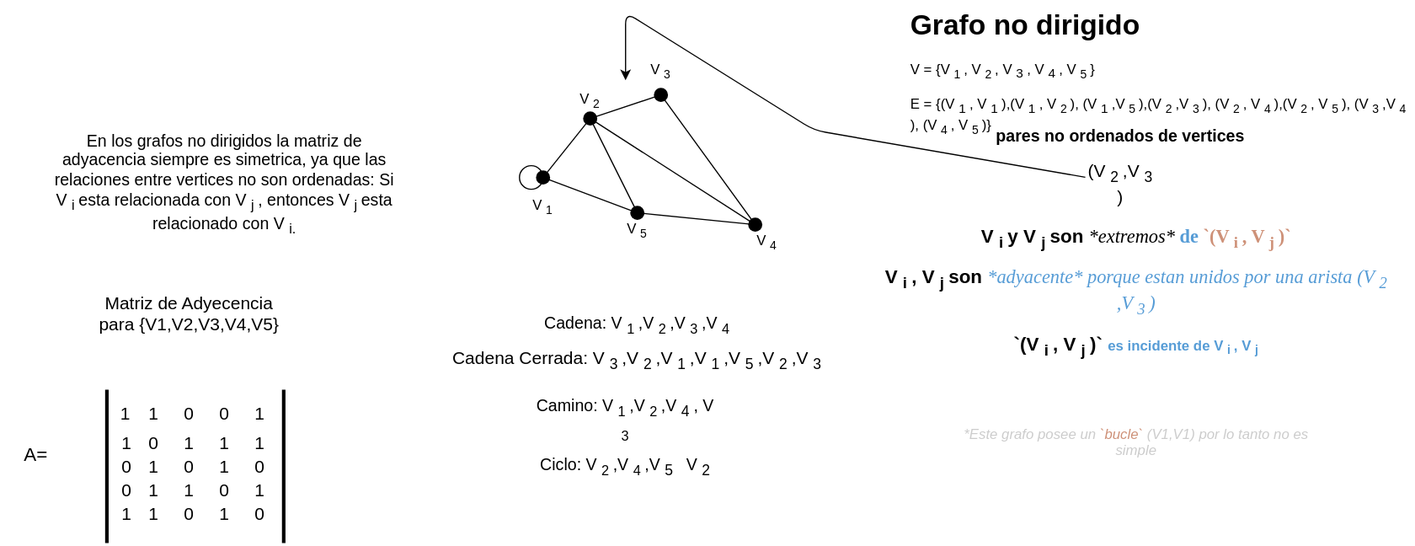
Earlier version of the draw.io export Estructura-de-datos/Grafos/Grafo-nodir.drawio.svg (Nordcode-cyber/Algoritmos-Estructdatos). Source tidied: cells renumbered, new cells last; positions are measured from the earlier drawing's top-left corner, leaving out a move shared by most shapes.
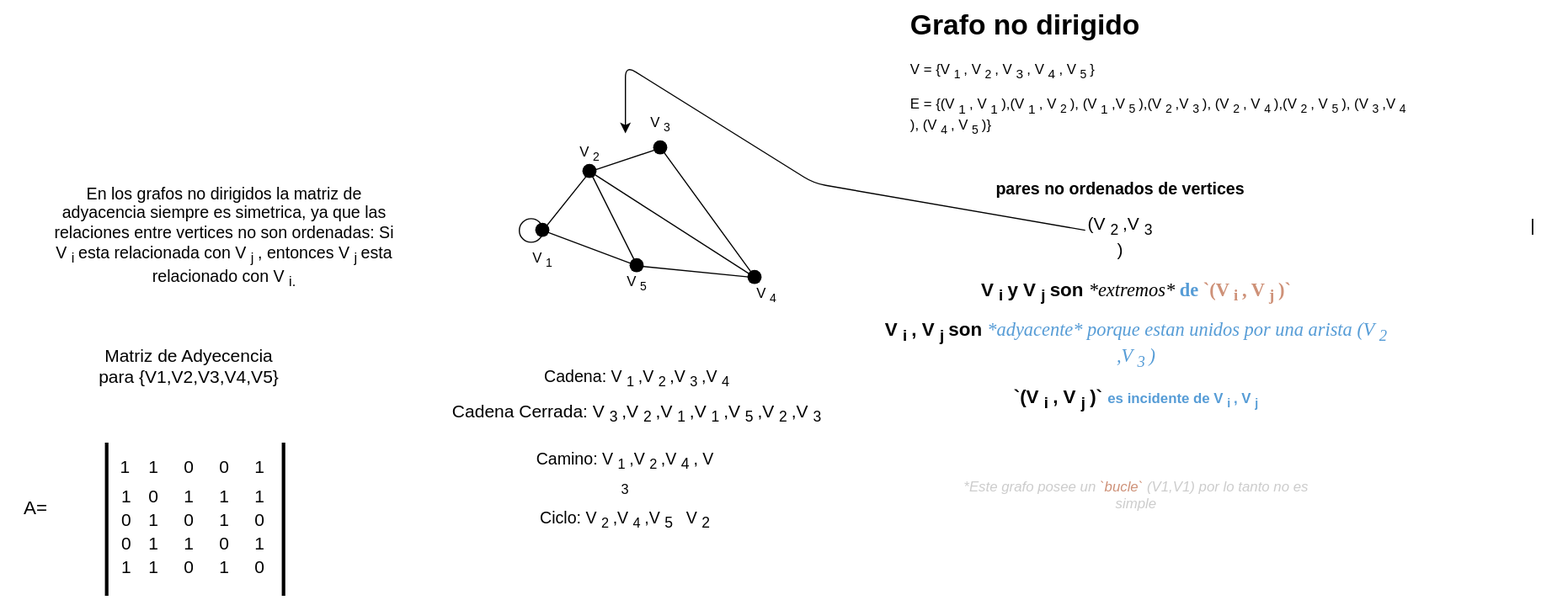
After the change.

Change to the diagram source:
```diff
@@ -3,7 +3,7 @@
     <mxCell id="0" />
     <mxCell id="1" parent="0" />
     <mxCell id="2" value="&lt;h1 style=&quot;margin-top: 0px;&quot;&gt;&lt;font style=&quot;color: light-dark(rgb(0, 0, 0), rgb(0, 153, 0));&quot;&gt;Grafo no dirigido&lt;/font&gt;&lt;/h1&gt;&lt;p&gt;&amp;nbsp;&lt;font style=&quot;color: light-dark(rgb(0, 0, 0), rgb(0, 0, 255));&quot;&gt;V = {V&lt;sub&gt;1&lt;/sub&gt;, V&lt;sub&gt;2&lt;/sub&gt;, V&lt;sub&gt;&lt;font style=&quot;font-size: 11px;&quot;&gt;3&lt;/font&gt;&lt;/sub&gt;, V&lt;sub&gt;&lt;font style=&quot;font-size: 11px;&quot;&gt;4&lt;/font&gt;&lt;/sub&gt;, V&lt;sub&gt;5&lt;/sub&gt;}&lt;/font&gt;&lt;/p&gt;&lt;p&gt;&lt;font style=&quot;color: light-dark(rgb(0, 0, 0), rgb(178, 0, 0));&quot;&gt;E = {(V&lt;sub&gt;&lt;font style=&quot;font-size: 11px;&quot;&gt;1&lt;/font&gt;&lt;/sub&gt;, V&lt;sub&gt;&lt;font style=&quot;font-size: 11px;&quot;&gt;1&lt;/font&gt;&lt;/sub&gt;),(V&lt;sub&gt;&lt;font style=&quot;font-size: 11px;&quot;&gt;1&lt;/font&gt;&lt;/sub&gt;, V&lt;sub&gt;2&lt;/sub&gt;), (V&lt;sub&gt;&lt;font style=&quot;font-size: 11px;&quot;&gt;1&lt;/font&gt;&lt;/sub&gt;,V&lt;sub&gt;5&lt;/sub&gt;),(V&lt;sub&gt;2&lt;/sub&gt;,V&lt;sub&gt;3&lt;/sub&gt;), (V&lt;sub&gt;2&lt;/sub&gt;, V&lt;sub&gt;4&lt;/sub&gt;),(V&lt;sub&gt;2&lt;/sub&gt;, V&lt;sub&gt;5&lt;/sub&gt;), (V&lt;sub&gt;3&lt;/sub&gt;,V&lt;sub&gt;4&lt;/sub&gt;), (V&lt;sub&gt;4&lt;/sub&gt;, V&lt;sub&gt;5&lt;/sub&gt;)}&lt;/font&gt;&lt;/p&gt;" style="text;html=1;whiteSpace=wrap;overflow=hidden;rounded=0;" parent="1" vertex="1">
-      <mxGeometry x="770" width="430" height="120" as="geometry" />
+      <mxGeometry x="770" y="-45" width="430" height="120" as="geometry" />
     </mxCell>
     <mxCell id="3" value="&lt;b&gt;&lt;font style=&quot;font-size: 14px;&quot;&gt;pares no ordenados de vertices&lt;/font&gt;&lt;/b&gt;" style="text;html=1;align=center;verticalAlign=middle;whiteSpace=wrap;rounded=0;" parent="1" vertex="1">
       <mxGeometry x="830" y="100" width="240" height="30" as="geometry" />
@@ -186,5 +186,8 @@
     <mxCell id="58" value="&lt;font style=&quot;font-size: 14px; color: light-dark(rgb(0, 0, 0), rgb(0, 255, 128));&quot;&gt;Ciclo: V&lt;sub&gt;2&lt;/sub&gt;,V&lt;sub&gt;4&lt;/sub&gt;,V&lt;/font&gt;&lt;font style=&quot;font-size: 15px;&quot;&gt;&lt;sub style=&quot;&quot;&gt;5&lt;/sub&gt;&lt;/font&gt;&lt;font style=&quot;&quot;&gt;&lt;font style=&quot;&quot;&gt;&lt;font color=&quot;rgba(0, 0, 0, 0)&quot;&gt;&lt;span style=&quot;font-size: 14px;&quot;&gt;,&lt;/span&gt;&lt;/font&gt;&lt;font style=&quot;color: light-dark(rgb(0, 0, 0), rgb(0, 255, 128)); font-size: 14px;&quot;&gt;V&lt;/font&gt;&lt;font style=&quot;font-size: 15px;&quot;&gt;&lt;sub&gt;2&lt;/sub&gt;&lt;/font&gt;&lt;/font&gt;&lt;/font&gt;" style="text;html=1;align=center;verticalAlign=middle;whiteSpace=wrap;rounded=0;" parent="1" vertex="1">
       <mxGeometry x="450" y="380" width="160" height="30" as="geometry" />
     </mxCell>
+    <mxCell id="59" value="&lt;font style=&quot;font-size: 15px; color: light-dark(rgb(0, 0, 0), rgb(255, 0, 0));&quot;&gt;|&lt;/font&gt;" style="text;html=1;whiteSpace=wrap;strokeColor=none;fillColor=none;align=center;verticalAlign=middle;rounded=0;" parent="1" vertex="1">
+      <mxGeometry x="1270" y="130" width="60" height="30" as="geometry" />
+    </mxCell>
   </root>
 </mxGraphModel>
```
